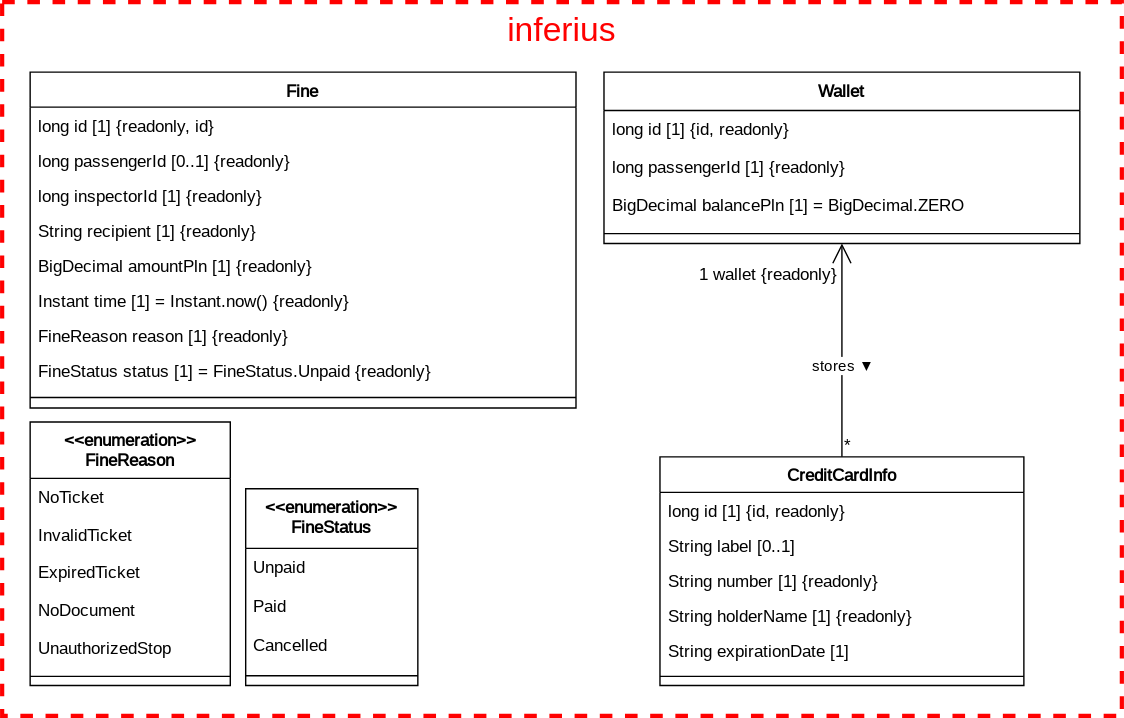
PWR-ACS-SE-24/SoftwareSystemDesign keeps this draw.io diagram as documentation/course/e2/images/class-diagram-inferius.drawio.svg. Above is the earlier version. Source tidied: cells renumbered, new cells last; positions are measured from the earlier drawing's top-left corner, leaving out a move shared by most shapes.
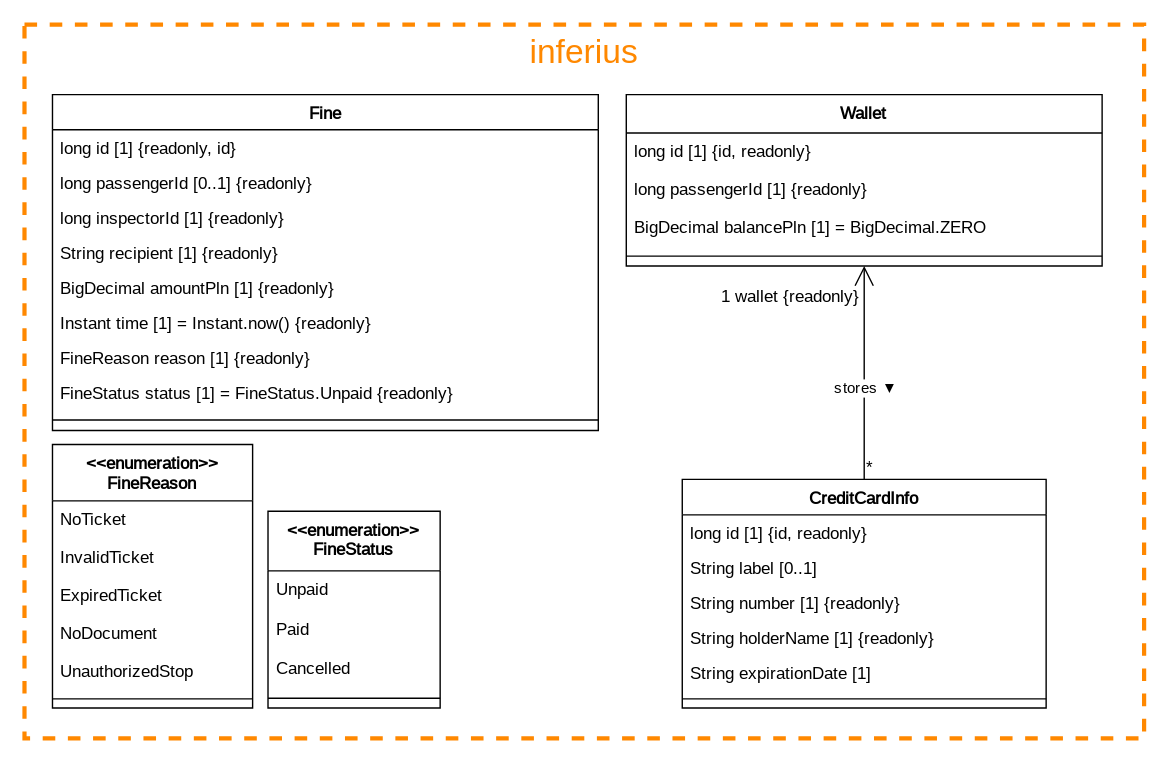
The same diagram one commit later.

Diff of the diagram source:
```diff
@@ -125,10 +125,10 @@
     <mxCell id="39" style="line;strokeWidth=1;fillColor=none;align=left;verticalAlign=middle;spacingTop=-1;spacingLeft=3;spacingRight=3;labelPosition=right;strokeColor=inherit;fontFamily=JetBrains Mono;fontStyle=0;fontSource=https%3A%2F%2Ffonts.googleapis.com%2Fcss%3Ffamily%3DJetBrains%2BMono;" parent="35" vertex="1">
       <mxGeometry y="126.6" width="123" height="14" as="geometry" />
     </mxCell>
-    <mxCell id="40" style="rounded=0;whiteSpace=wrap;html=1;dashed=1;strokeWidth=3;fillColor=none;strokeColor=#FF0000;" parent="1" vertex="1">
+    <mxCell id="40" style="rounded=0;whiteSpace=wrap;html=1;dashed=1;strokeWidth=3;fillColor=none;strokeColor=#ff8800;" parent="1" vertex="1">
       <mxGeometry width="800" height="510" as="geometry" />
     </mxCell>
-    <mxCell id="41" value="&lt;font color=&quot;#ff0000&quot;&gt;inferius&lt;/font&gt;" style="text;html=1;align=center;verticalAlign=middle;whiteSpace=wrap;rounded=0;fillColor=none;strokeColor=none;fontColor=#009900;fontSize=24;" parent="1" vertex="1">
+    <mxCell id="41" value="&lt;font color=&quot;#ff8800&quot;&gt;inferius&lt;/font&gt;" style="text;html=1;align=center;verticalAlign=middle;whiteSpace=wrap;rounded=0;fillColor=none;strokeColor=none;fontColor=#009900;fontSize=24;" parent="1" vertex="1">
       <mxGeometry width="800" height="40" as="geometry" />
     </mxCell>
   </root>
```
